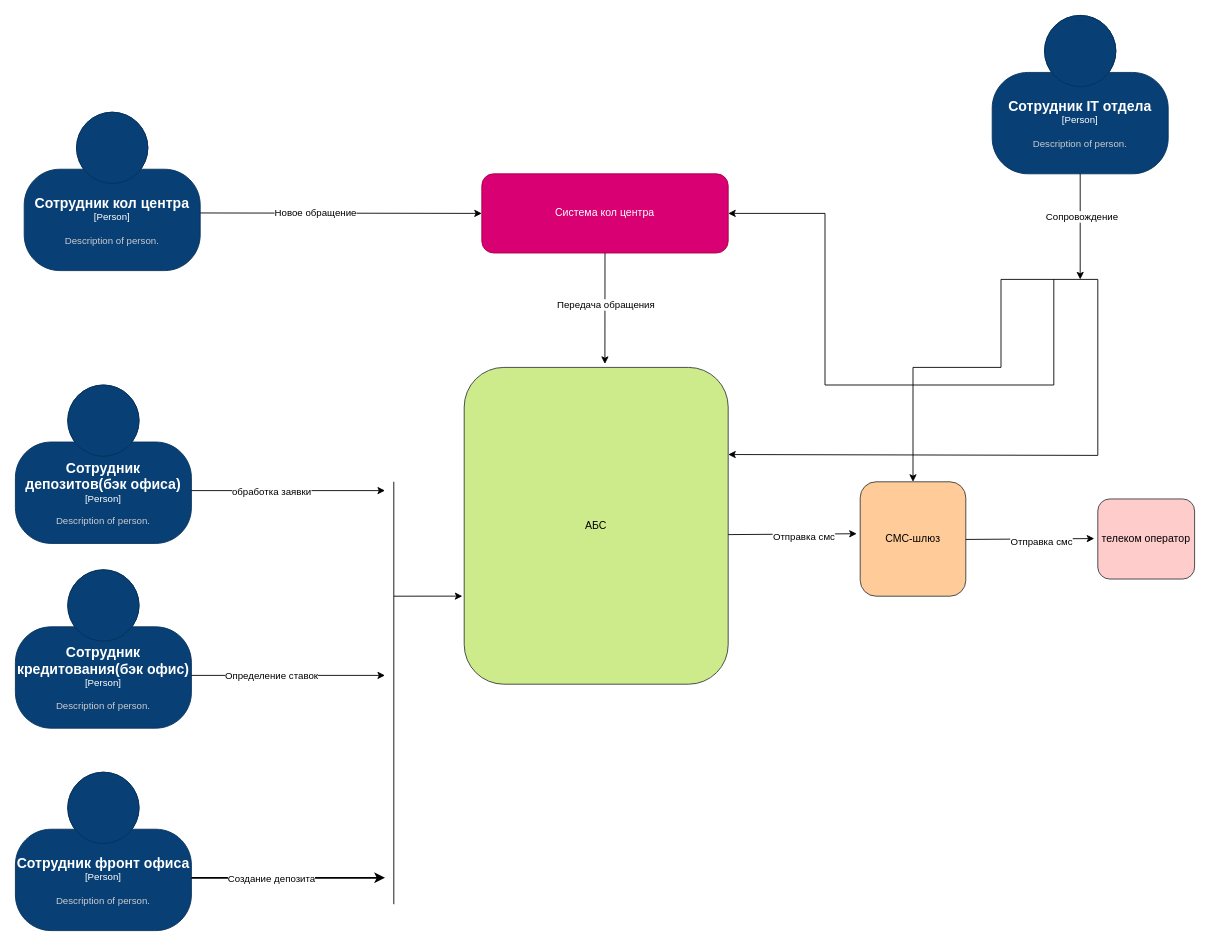
The draw.io diagram Exc1/cхема_интеграций.drawio in nazirok/architecture-sprint-9, before the edit. Source tidied: cells renumbered, new cells numbered last; positions are measured from the earlier drawing's top-left corner, leaving out a move shared by most shapes. Both pictures are drawn from the tidied source at 88%, with x=0, y=0 at pixel (15, 15).
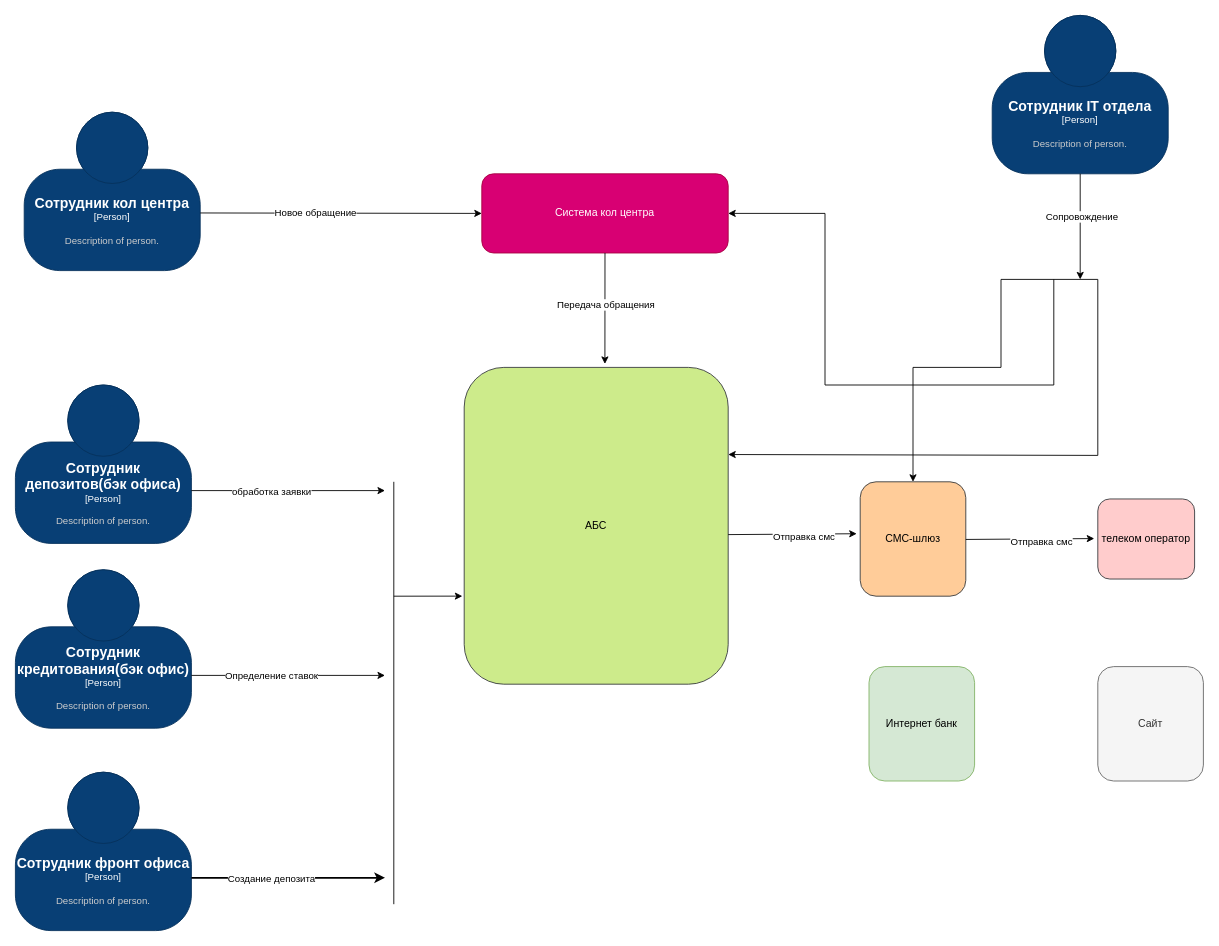
The same page after the edit.

Unchanged cells that the change refers to:
```xml
<mxCell id="10" style="swimlane;swimlaneHead=0;swimlaneBody=0;fontStyle=0;strokeColor=inherit;fillColor=none;startSize=0;fontSize=16;" parent="1" vertex="1">
  <mxGeometry x="900" y="673" width="160" height="177" as="geometry" />
</mxCell>
```

The edit, as a diff of the source:
```diff
@@
+    <mxCell id="34" value="Интернет банк" style="rounded=1;whiteSpace=wrap;html=1;fillColor=#d5e8d4;strokeColor=#82b366;" parent="10" vertex="1">
+      <mxGeometry x="70" y="67" width="120" height="130" as="geometry" />
+    </mxCell>
@@
+    <mxCell id="35" value="Сайт" style="rounded=1;whiteSpace=wrap;html=1;fillColor=#f5f5f5;strokeColor=#666666;fontColor=#333333;" parent="1" vertex="1">
+      <mxGeometry x="1230" y="740" width="120" height="130" as="geometry" />
+    </mxCell>
```
